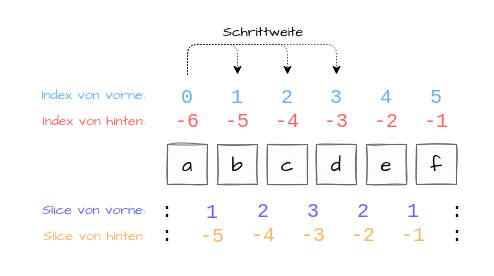
Before: kssop/slicing.drawio in dude2511/drawio, a draw.io diagram. Source tidied: cells renumbered, new cells numbered last; positions are measured from the earlier drawing's top-left corner, leaving out a move shared by most shapes. Both pictures are drawn from the tidied source at 100%, with x=0, y=0 at pixel (17, 17).
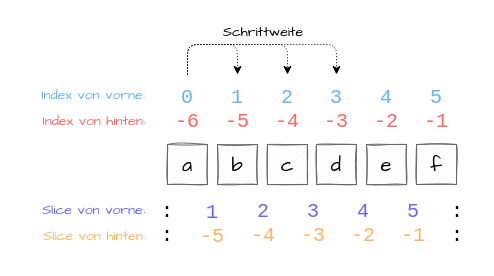
The same page after the edit.

The edit, as a diff of the source:
```diff
@@
-    <mxCell id="24" value="&lt;font color=&quot;#6666ff&quot;&gt;2&lt;/font&gt;&lt;br&gt;&lt;font color=&quot;#ffb366&quot;&gt;-2&lt;/font&gt;" style="text;html=1;strokeColor=none;fillColor=none;align=center;verticalAlign=middle;whiteSpace=wrap;rounded=0;shadow=0;sketch=1;fontFamily=Courier New;fontSize=20;fontColor=#000000;" parent="1" vertex="1">
+    <mxCell id="24" value="&lt;font color=&quot;#6666ff&quot;&gt;4&lt;/font&gt;&lt;br&gt;&lt;font color=&quot;#ffb366&quot;&gt;-2&lt;/font&gt;" style="text;html=1;strokeColor=none;fillColor=none;align=center;verticalAlign=middle;whiteSpace=wrap;rounded=0;shadow=0;sketch=1;fontFamily=Courier New;fontSize=20;fontColor=#000000;" parent="1" vertex="1">
       <mxGeometry x="326" y="171" width="40" height="70" as="geometry" />
     </mxCell>
-    <mxCell id="25" value="&lt;font color=&quot;#6666ff&quot;&gt;1&lt;/font&gt;&lt;br&gt;&lt;font color=&quot;#ffb366&quot;&gt;-1&lt;/font&gt;" style="text;html=1;strokeColor=none;fillColor=none;align=center;verticalAlign=middle;whiteSpace=wrap;rounded=0;shadow=0;sketch=1;fontFamily=Courier New;fontSize=20;fontColor=#000000;" parent="1" vertex="1">
+    <mxCell id="25" value="&lt;font color=&quot;#6666ff&quot;&gt;5&lt;/font&gt;&lt;br&gt;&lt;font color=&quot;#ffb366&quot;&gt;-1&lt;/font&gt;" style="text;html=1;strokeColor=none;fillColor=none;align=center;verticalAlign=middle;whiteSpace=wrap;rounded=0;shadow=0;sketch=1;fontFamily=Courier New;fontSize=20;fontColor=#000000;" parent="1" vertex="1">
       <mxGeometry x="376" y="171" width="40" height="70" as="geometry" />
     </mxCell>
```
